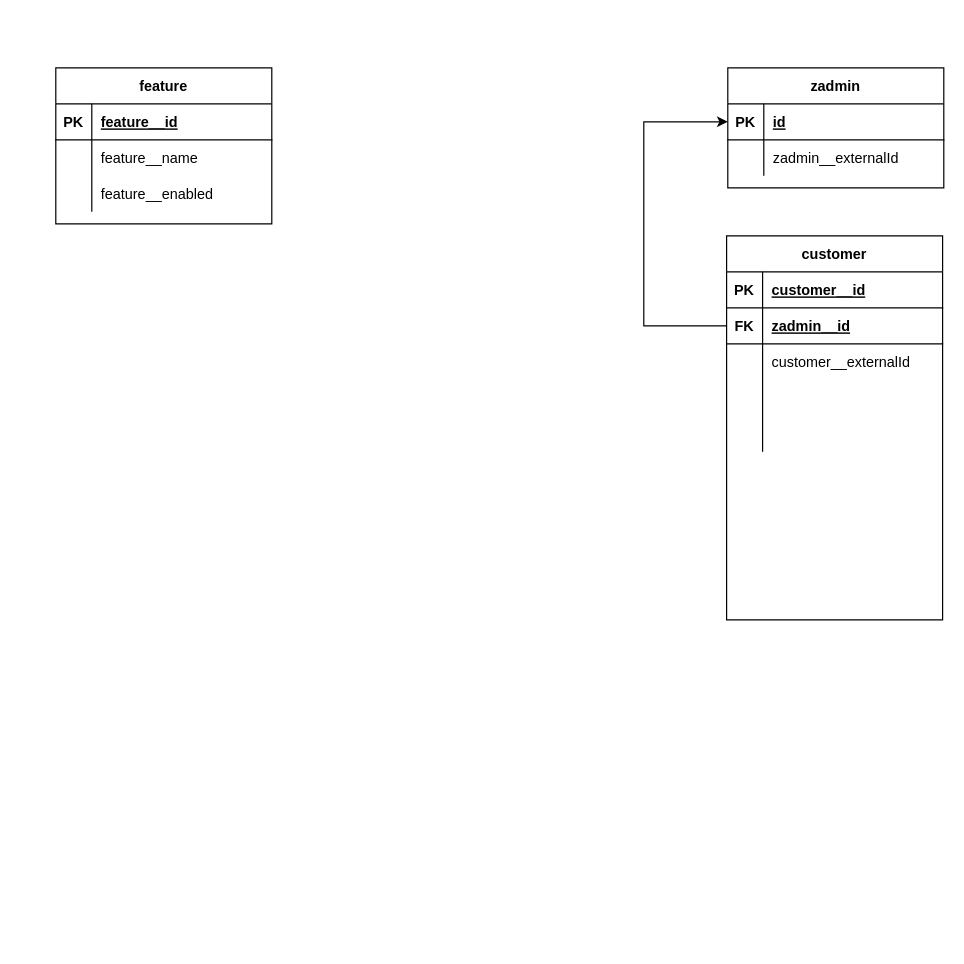
Earlier version of the draw.io diagram Untitled Diagram.drawio (razgon/carbon-identity). Source tidied: cells renumbered, new cells numbered last; positions are measured from the earlier drawing's top-left corner, leaving out a move shared by most shapes. Both pictures are drawn from the tidied source at 120%, with x=0, y=0 at pixel (55, 67).
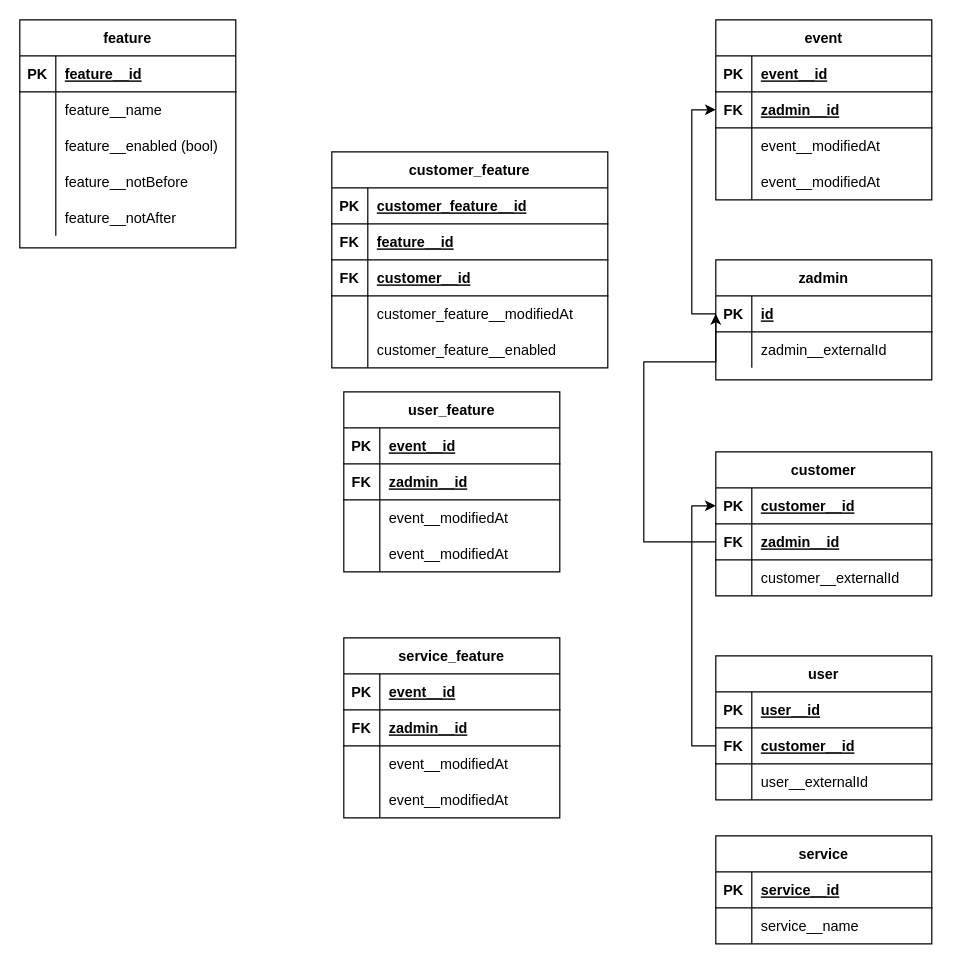
Above is the later version.

Unchanged cells that the change refers to:
```xml
<mxCell id="9" style="shape=partialRectangle;fillColor=none;top=0;left=0;bottom=0;right=0;" parent="2" vertex="1">
  <mxGeometry y="90" width="180" height="30" as="geometry" />
</mxCell>
<mxCell id="13" style="shape=partialRectangle;fillColor=none;top=0;left=0;bottom=1;right=0;points=[[0,0.5],[1,0.5]];portConstraint=eastwest;" parent="12" vertex="1">
  <mxGeometry y="30" width="180" height="30" as="geometry" />
</mxCell>
<mxCell id="20" style="shape=partialRectangle;fillColor=none;top=0;left=0;bottom=1;right=0;points=[[0,0.5],[1,0.5]];portConstraint=eastwest;" parent="19" vertex="1">
  <mxGeometry y="30" width="180" height="30" as="geometry" />
</mxCell>
<mxCell id="23" style="shape=partialRectangle;fillColor=none;top=0;left=0;bottom=1;right=0;points=[[0,0.5],[1,0.5]];portConstraint=eastwest;" parent="19" vertex="1">
  <mxGeometry y="60" width="180" height="30" as="geometry" />
</mxCell>
```

What changed in the source:
```diff
@@
     <mxCell id="2" value="feature" style="shape=table;startSize=30;childLayout=tableLayout;rowLines=0;fontStyle=1;align=center;" parent="1" vertex="1">
-      <mxGeometry width="180" height="130" as="geometry" />
+      <mxGeometry x="-30" y="-40" width="180" height="190" as="geometry" />
     </mxCell>
@@
-    <mxCell id="11" value="feature__enabled" style="shape=partialRectangle;fillColor=none;top=0;left=0;bottom=0;right=0;align=left;spacingLeft=6;overflow=hidden;" parent="9" vertex="1">
+    <mxCell id="11" value="feature__enabled (bool)" style="shape=partialRectangle;fillColor=none;top=0;left=0;bottom=0;right=0;align=left;spacingLeft=6;overflow=hidden;" parent="9" vertex="1">
       <mxGeometry x="30" width="150" height="30" as="geometry" />
     </mxCell>
+    <mxCell id="36" style="shape=partialRectangle;fillColor=none;top=0;left=0;bottom=0;right=0;" parent="2" vertex="1">
+      <mxGeometry y="120" width="180" height="30" as="geometry" />
+    </mxCell>
+    <mxCell id="37" style="shape=partialRectangle;fillColor=none;top=0;left=0;bottom=0;right=0;overflow=hidden;" parent="36" vertex="1">
+      <mxGeometry width="30" height="30" as="geometry" />
+    </mxCell>
+    <mxCell id="38" value="feature__notBefore" style="shape=partialRectangle;fillColor=none;top=0;left=0;bottom=0;right=0;align=left;spacingLeft=6;overflow=hidden;" parent="36" vertex="1">
+      <mxGeometry x="30" width="150" height="30" as="geometry" />
+    </mxCell>
+    <mxCell id="32" style="shape=partialRectangle;fillColor=none;top=0;left=0;bottom=0;right=0;" parent="2" vertex="1">
+      <mxGeometry y="150" width="180" height="30" as="geometry" />
+    </mxCell>
+    <mxCell id="39" style="shape=partialRectangle;fillColor=none;top=0;left=0;bottom=0;right=0;overflow=hidden;" parent="32" vertex="1">
+      <mxGeometry width="30" height="30" as="geometry" />
+    </mxCell>
+    <mxCell id="40" value="feature__notAfter" style="shape=partialRectangle;fillColor=none;top=0;left=0;bottom=0;right=0;align=left;spacingLeft=6;overflow=hidden;" parent="32" vertex="1">
+      <mxGeometry x="30" width="150" height="30" as="geometry" />
+    </mxCell>
     <mxCell id="12" value="zadmin" style="shape=table;startSize=30;childLayout=tableLayout;rowLines=0;fontStyle=1;align=center;" parent="1" vertex="1">
-      <mxGeometry x="560" width="180" height="100" as="geometry" />
+      <mxGeometry x="550" y="160" width="180" height="100" as="geometry" />
     </mxCell>
@@
     <mxCell id="19" value="customer" style="shape=table;startSize=30;childLayout=tableLayout;rowLines=0;fontStyle=1;align=center;" parent="1" vertex="1">
-      <mxGeometry x="559" y="140" width="180" height="320" as="geometry" />
+      <mxGeometry x="550" y="320" width="180" height="120" as="geometry" />
     </mxCell>
@@
-    <mxCell id="29" style="shape=partialRectangle;fillColor=none;top=0;left=0;bottom=0;right=0;" parent="19" vertex="1">
-      <mxGeometry y="120" width="180" height="30" as="geometry" />
-    </mxCell>
-    <mxCell id="30" style="shape=partialRectangle;fillColor=none;top=0;left=0;bottom=0;right=0;overflow=hidden;" parent="29" vertex="1">
-      <mxGeometry width="30" height="30" as="geometry" />
-    </mxCell>
-    <mxCell id="31" style="shape=partialRectangle;fillColor=none;top=0;left=0;bottom=0;right=0;align=left;spacingLeft=6;overflow=hidden;" parent="29" vertex="1">
-      <mxGeometry x="30" width="150" height="30" as="geometry" />
-    </mxCell>
-    <mxCell id="32" style="shape=partialRectangle;fillColor=none;top=0;left=0;bottom=0;right=0;" parent="19" vertex="1">
-      <mxGeometry y="150" width="180" height="30" as="geometry" />
-    </mxCell>
-    <mxCell id="33" style="shape=partialRectangle;fillColor=none;top=0;left=0;bottom=0;right=0;overflow=hidden;" parent="32" vertex="1">
-      <mxGeometry width="30" height="30" as="geometry" />
-    </mxCell>
-    <mxCell id="34" style="shape=partialRectangle;fillColor=none;top=0;left=0;bottom=0;right=0;align=left;spacingLeft=6;overflow=hidden;" parent="32" vertex="1">
-      <mxGeometry x="30" width="150" height="30" as="geometry" />
-    </mxCell>
-    <mxCell id="35" style="edgeStyle=orthogonalEdgeStyle;rounded=0;jettySize=auto;html=1;exitX=0;exitY=0.5;exitDx=0;exitDy=0;entryX=0;entryY=0.5;entryDx=0;entryDy=0;" parent="1" edge="1" source="23" target="13">
+    <mxCell id="35" style="edgeStyle=orthogonalEdgeStyle;rounded=0;jettySize=auto;html=1;entryX=0;entryY=0.5;entryDx=0;entryDy=0;" parent="1" edge="1" target="13">
       <mxGeometry relative="1" as="geometry">
+        <mxPoint x="550" y="395" as="sourcePoint" />
         <Array as="points">
-          <mxPoint x="490" y="215" />
-          <mxPoint x="490" y="45" />
+          <mxPoint x="490" y="395" />
+          <mxPoint x="490" y="245" />
+          <mxPoint x="550" y="245" />
         </Array>
       </mxGeometry>
     </mxCell>
+    <mxCell id="41" value="user" style="shape=table;startSize=30;childLayout=tableLayout;rowLines=0;fontStyle=1;align=center;" parent="1" vertex="1">
+      <mxGeometry x="550" y="490" width="180" height="120" as="geometry" />
+    </mxCell>
+    <mxCell id="42" style="shape=partialRectangle;fillColor=none;top=0;left=0;bottom=1;right=0;" parent="41" vertex="1">
+      <mxGeometry y="30" width="180" height="30" as="geometry" />
+    </mxCell>
+    <mxCell id="43" value="PK" style="shape=partialRectangle;fillColor=none;top=0;left=0;bottom=0;right=0;fontStyle=1;overflow=hidden;" parent="42" vertex="1">
+      <mxGeometry width="30" height="30" as="geometry" />
+    </mxCell>
+    <mxCell id="44" value="user__id" style="shape=partialRectangle;fillColor=none;top=0;left=0;bottom=0;right=0;align=left;spacingLeft=6;fontStyle=5;overflow=hidden;" parent="42" vertex="1">
+      <mxGeometry x="30" width="150" height="30" as="geometry" />
+    </mxCell>
+    <mxCell id="45" style="shape=partialRectangle;fillColor=none;top=0;left=0;bottom=1;right=0;points=[[0,0.5],[1,0.5]];portConstraint=eastwest;" parent="41" vertex="1">
+      <mxGeometry y="60" width="180" height="30" as="geometry" />
+    </mxCell>
+    <mxCell id="46" value="FK" style="shape=partialRectangle;fillColor=none;top=0;left=0;bottom=0;right=0;fontStyle=1;overflow=hidden;" parent="45" vertex="1">
+      <mxGeometry width="30" height="30" as="geometry" />
+    </mxCell>
+    <mxCell id="47" value="customer__id" style="shape=partialRectangle;fillColor=none;top=0;left=0;bottom=0;right=0;align=left;spacingLeft=6;fontStyle=5;overflow=hidden;" parent="45" vertex="1">
+      <mxGeometry x="30" width="150" height="30" as="geometry" />
+    </mxCell>
+    <mxCell id="48" style="shape=partialRectangle;fillColor=none;top=0;left=0;bottom=0;right=0;" parent="41" vertex="1">
+      <mxGeometry y="90" width="180" height="30" as="geometry" />
+    </mxCell>
+    <mxCell id="49" style="shape=partialRectangle;fillColor=none;top=0;left=0;bottom=0;right=0;overflow=hidden;" parent="48" vertex="1">
+      <mxGeometry width="30" height="30" as="geometry" />
+    </mxCell>
+    <mxCell id="50" value="user__externalId" style="shape=partialRectangle;fillColor=none;top=0;left=0;bottom=0;right=0;align=left;spacingLeft=6;overflow=hidden;" parent="48" vertex="1">
+      <mxGeometry x="30" width="150" height="30" as="geometry" />
+    </mxCell>
+    <mxCell id="51" style="edgeStyle=orthogonalEdgeStyle;rounded=0;jettySize=auto;html=1;exitX=0;exitY=0.5;exitDx=0;exitDy=0;entryX=0;entryY=0.5;entryDx=0;entryDy=0;" parent="1" edge="1" source="45" target="20">
+      <mxGeometry relative="1" as="geometry" />
+    </mxCell>
+    <mxCell id="52" value="event" style="shape=table;startSize=30;childLayout=tableLayout;rowLines=0;fontStyle=1;align=center;" parent="1" vertex="1">
+      <mxGeometry x="550" y="-40" width="180" height="150" as="geometry" />
+    </mxCell>
+    <mxCell id="53" style="shape=partialRectangle;fillColor=none;top=0;left=0;bottom=1;right=0;" parent="52" vertex="1">
+      <mxGeometry y="30" width="180" height="30" as="geometry" />
+    </mxCell>
+    <mxCell id="54" value="PK" style="shape=partialRectangle;fillColor=none;top=0;left=0;bottom=0;right=0;fontStyle=1;overflow=hidden;" parent="53" vertex="1">
+      <mxGeometry width="30" height="30" as="geometry" />
+    </mxCell>
+    <mxCell id="55" value="event__id" style="shape=partialRectangle;fillColor=none;top=0;left=0;bottom=0;right=0;align=left;spacingLeft=6;fontStyle=5;overflow=hidden;" parent="53" vertex="1">
+      <mxGeometry x="30" width="150" height="30" as="geometry" />
+    </mxCell>
+    <mxCell id="56" style="shape=partialRectangle;fillColor=none;top=0;left=0;bottom=1;right=0;points=[[0,0.5],[1,0.5]];portConstraint=eastwest;" parent="52" vertex="1">
+      <mxGeometry y="60" width="180" height="30" as="geometry" />
+    </mxCell>
+    <mxCell id="57" value="FK" style="shape=partialRectangle;fillColor=none;top=0;left=0;bottom=0;right=0;fontStyle=1;overflow=hidden;" parent="56" vertex="1">
+      <mxGeometry width="30" height="30" as="geometry" />
+    </mxCell>
+    <mxCell id="58" value="zadmin__id" style="shape=partialRectangle;fillColor=none;top=0;left=0;bottom=0;right=0;align=left;spacingLeft=6;fontStyle=5;overflow=hidden;" parent="56" vertex="1">
+      <mxGeometry x="30" width="150" height="30" as="geometry" />
+    </mxCell>
+    <mxCell id="59" style="shape=partialRectangle;fillColor=none;top=0;left=0;bottom=0;right=0;" parent="52" vertex="1">
+      <mxGeometry y="90" width="180" height="30" as="geometry" />
+    </mxCell>
+    <mxCell id="60" style="shape=partialRectangle;fillColor=none;top=0;left=0;bottom=0;right=0;overflow=hidden;" parent="59" vertex="1">
+      <mxGeometry width="30" height="30" as="geometry" />
+    </mxCell>
+    <mxCell id="61" value="event__modifiedAt" style="shape=partialRectangle;fillColor=none;top=0;left=0;bottom=0;right=0;align=left;spacingLeft=6;overflow=hidden;" parent="59" vertex="1">
+      <mxGeometry x="30" width="150" height="30" as="geometry" />
+    </mxCell>
+    <mxCell id="62" style="shape=partialRectangle;fillColor=none;top=0;left=0;bottom=0;right=0;" parent="52" vertex="1">
+      <mxGeometry y="120" width="180" height="30" as="geometry" />
+    </mxCell>
+    <mxCell id="63" style="shape=partialRectangle;fillColor=none;top=0;left=0;bottom=0;right=0;overflow=hidden;" parent="62" vertex="1">
+      <mxGeometry width="30" height="30" as="geometry" />
+    </mxCell>
+    <mxCell id="64" value="event__modifiedAt" style="shape=partialRectangle;fillColor=none;top=0;left=0;bottom=0;right=0;align=left;spacingLeft=6;overflow=hidden;" parent="62" vertex="1">
+      <mxGeometry x="30" width="150" height="30" as="geometry" />
+    </mxCell>
+    <mxCell id="65" style="edgeStyle=orthogonalEdgeStyle;rounded=0;jettySize=auto;html=1;exitX=0;exitY=0.5;exitDx=0;exitDy=0;entryX=0;entryY=0.5;entryDx=0;entryDy=0;" parent="1" edge="1" source="13" target="56">
+      <mxGeometry relative="1" as="geometry" />
+    </mxCell>
+    <mxCell id="66" value="service" style="shape=table;startSize=30;childLayout=tableLayout;rowLines=0;fontStyle=1;align=center;" parent="1" vertex="1">
+      <mxGeometry x="550" y="640" width="180" height="90" as="geometry" />
+    </mxCell>
+    <mxCell id="67" style="shape=partialRectangle;fillColor=none;top=0;left=0;bottom=1;right=0;" parent="66" vertex="1">
+      <mxGeometry y="30" width="180" height="30" as="geometry" />
+    </mxCell>
+    <mxCell id="68" value="PK" style="shape=partialRectangle;fillColor=none;top=0;left=0;bottom=0;right=0;fontStyle=1;overflow=hidden;" parent="67" vertex="1">
+      <mxGeometry width="30" height="30" as="geometry" />
+    </mxCell>
+    <mxCell id="69" value="service__id" style="shape=partialRectangle;fillColor=none;top=0;left=0;bottom=0;right=0;align=left;spacingLeft=6;fontStyle=5;overflow=hidden;" parent="67" vertex="1">
+      <mxGeometry x="30" width="150" height="30" as="geometry" />
+    </mxCell>
+    <mxCell id="70" style="shape=partialRectangle;fillColor=none;top=0;left=0;bottom=0;right=0;" parent="66" vertex="1">
+      <mxGeometry y="60" width="180" height="30" as="geometry" />
+    </mxCell>
+    <mxCell id="71" style="shape=partialRectangle;fillColor=none;top=0;left=0;bottom=0;right=0;overflow=hidden;" parent="70" vertex="1">
+      <mxGeometry width="30" height="30" as="geometry" />
+    </mxCell>
+    <mxCell id="72" value="service__name" style="shape=partialRectangle;fillColor=none;top=0;left=0;bottom=0;right=0;align=left;spacingLeft=6;overflow=hidden;" parent="70" vertex="1">
+      <mxGeometry x="30" width="150" height="30" as="geometry" />
+    </mxCell>
+    <mxCell id="73" value="customer_feature" style="shape=table;startSize=30;childLayout=tableLayout;rowLines=0;fontStyle=1;align=center;" parent="1" vertex="1">
+      <mxGeometry x="230" y="70" width="230" height="180" as="geometry" />
+    </mxCell>
+    <mxCell id="74" style="shape=partialRectangle;fillColor=none;top=0;left=0;bottom=1;right=0;" parent="73" vertex="1">
+      <mxGeometry y="30" width="230" height="30" as="geometry" />
+    </mxCell>
+    <mxCell id="75" value="PK" style="shape=partialRectangle;fillColor=none;top=0;left=0;bottom=0;right=0;fontStyle=1;overflow=hidden;" parent="74" vertex="1">
+      <mxGeometry width="30" height="30" as="geometry" />
+    </mxCell>
+    <mxCell id="76" value="customer_feature__id" style="shape=partialRectangle;fillColor=none;top=0;left=0;bottom=0;right=0;align=left;spacingLeft=6;fontStyle=5;overflow=hidden;" parent="74" vertex="1">
+      <mxGeometry x="30" width="200" height="30" as="geometry" />
+    </mxCell>
+    <mxCell id="77" style="shape=partialRectangle;fillColor=none;top=0;left=0;bottom=1;right=0;" parent="73" vertex="1">
+      <mxGeometry y="60" width="230" height="30" as="geometry" />
+    </mxCell>
+    <mxCell id="78" value="FK" style="shape=partialRectangle;fillColor=none;top=0;left=0;bottom=0;right=0;fontStyle=1;overflow=hidden;" parent="77" vertex="1">
+      <mxGeometry width="30" height="30" as="geometry" />
+    </mxCell>
+    <mxCell id="79" value="feature__id" style="shape=partialRectangle;fillColor=none;top=0;left=0;bottom=0;right=0;align=left;spacingLeft=6;fontStyle=5;overflow=hidden;" parent="77" vertex="1">
+      <mxGeometry x="30" width="200" height="30" as="geometry" />
+    </mxCell>
+    <mxCell id="80" style="shape=partialRectangle;fillColor=none;top=0;left=0;bottom=1;right=0;" parent="73" vertex="1">
+      <mxGeometry y="90" width="230" height="30" as="geometry" />
+    </mxCell>
+    <mxCell id="81" value="FK" style="shape=partialRectangle;fillColor=none;top=0;left=0;bottom=0;right=0;fontStyle=1;overflow=hidden;" parent="80" vertex="1">
+      <mxGeometry width="30" height="30" as="geometry" />
+    </mxCell>
+    <mxCell id="82" value="customer__id" style="shape=partialRectangle;fillColor=none;top=0;left=0;bottom=0;right=0;align=left;spacingLeft=6;fontStyle=5;overflow=hidden;" parent="80" vertex="1">
+      <mxGeometry x="30" width="200" height="30" as="geometry" />
+    </mxCell>
+    <mxCell id="83" style="shape=partialRectangle;fillColor=none;top=0;left=0;bottom=0;right=0;" parent="73" vertex="1">
+      <mxGeometry y="120" width="230" height="30" as="geometry" />
+    </mxCell>
+    <mxCell id="84" style="shape=partialRectangle;fillColor=none;top=0;left=0;bottom=0;right=0;overflow=hidden;" parent="83" vertex="1">
+      <mxGeometry width="30" height="30" as="geometry" />
+    </mxCell>
+    <mxCell id="85" value="customer_feature__modifiedAt" style="shape=partialRectangle;fillColor=none;top=0;left=0;bottom=0;right=0;align=left;spacingLeft=6;overflow=hidden;" parent="83" vertex="1">
+      <mxGeometry x="30" width="200" height="30" as="geometry" />
+    </mxCell>
+    <mxCell id="86" style="shape=partialRectangle;fillColor=none;top=0;left=0;bottom=0;right=0;" parent="73" vertex="1">
+      <mxGeometry y="150" width="230" height="30" as="geometry" />
+    </mxCell>
+    <mxCell id="87" style="shape=partialRectangle;fillColor=none;top=0;left=0;bottom=0;right=0;overflow=hidden;" parent="86" vertex="1">
+      <mxGeometry width="30" height="30" as="geometry" />
+    </mxCell>
+    <mxCell id="88" value="customer_feature__enabled" style="shape=partialRectangle;fillColor=none;top=0;left=0;bottom=0;right=0;align=left;spacingLeft=6;overflow=hidden;" parent="86" vertex="1">
+      <mxGeometry x="30" width="200" height="30" as="geometry" />
+    </mxCell>
+    <mxCell id="89" value="user_feature" style="shape=table;startSize=30;childLayout=tableLayout;rowLines=0;fontStyle=1;align=center;" parent="1" vertex="1">
+      <mxGeometry x="240" y="270" width="180" height="150" as="geometry" />
+    </mxCell>
+    <mxCell id="90" style="shape=partialRectangle;fillColor=none;top=0;left=0;bottom=1;right=0;" parent="89" vertex="1">
+      <mxGeometry y="30" width="180" height="30" as="geometry" />
+    </mxCell>
+    <mxCell id="91" value="PK" style="shape=partialRectangle;fillColor=none;top=0;left=0;bottom=0;right=0;fontStyle=1;overflow=hidden;" parent="90" vertex="1">
+      <mxGeometry width="30" height="30" as="geometry" />
+    </mxCell>
+    <mxCell id="92" value="event__id" style="shape=partialRectangle;fillColor=none;top=0;left=0;bottom=0;right=0;align=left;spacingLeft=6;fontStyle=5;overflow=hidden;" parent="90" vertex="1">
+      <mxGeometry x="30" width="150" height="30" as="geometry" />
+    </mxCell>
+    <mxCell id="93" style="shape=partialRectangle;fillColor=none;top=0;left=0;bottom=1;right=0;" parent="89" vertex="1">
+      <mxGeometry y="60" width="180" height="30" as="geometry" />
+    </mxCell>
+    <mxCell id="94" value="FK" style="shape=partialRectangle;fillColor=none;top=0;left=0;bottom=0;right=0;fontStyle=1;overflow=hidden;" parent="93" vertex="1">
+      <mxGeometry width="30" height="30" as="geometry" />
+    </mxCell>
+    <mxCell id="95" value="zadmin__id" style="shape=partialRectangle;fillColor=none;top=0;left=0;bottom=0;right=0;align=left;spacingLeft=6;fontStyle=5;overflow=hidden;" parent="93" vertex="1">
+      <mxGeometry x="30" width="150" height="30" as="geometry" />
+    </mxCell>
+    <mxCell id="96" style="shape=partialRectangle;fillColor=none;top=0;left=0;bottom=0;right=0;" parent="89" vertex="1">
+      <mxGeometry y="90" width="180" height="30" as="geometry" />
+    </mxCell>
+    <mxCell id="97" style="shape=partialRectangle;fillColor=none;top=0;left=0;bottom=0;right=0;overflow=hidden;" parent="96" vertex="1">
+      <mxGeometry width="30" height="30" as="geometry" />
+    </mxCell>
+    <mxCell id="98" value="event__modifiedAt" style="shape=partialRectangle;fillColor=none;top=0;left=0;bottom=0;right=0;align=left;spacingLeft=6;overflow=hidden;" parent="96" vertex="1">
+      <mxGeometry x="30" width="150" height="30" as="geometry" />
+    </mxCell>
+    <mxCell id="99" style="shape=partialRectangle;fillColor=none;top=0;left=0;bottom=0;right=0;" parent="89" vertex="1">
+      <mxGeometry y="120" width="180" height="30" as="geometry" />
+    </mxCell>
+    <mxCell id="100" style="shape=partialRectangle;fillColor=none;top=0;left=0;bottom=0;right=0;overflow=hidden;" parent="99" vertex="1">
+      <mxGeometry width="30" height="30" as="geometry" />
+    </mxCell>
+    <mxCell id="101" value="event__modifiedAt" style="shape=partialRectangle;fillColor=none;top=0;left=0;bottom=0;right=0;align=left;spacingLeft=6;overflow=hidden;" parent="99" vertex="1">
+      <mxGeometry x="30" width="150" height="30" as="geometry" />
+    </mxCell>
+    <mxCell id="102" value="service_feature" style="shape=table;startSize=30;childLayout=tableLayout;rowLines=0;fontStyle=1;align=center;" parent="1" vertex="1">
+      <mxGeometry x="240" y="475" width="180" height="150" as="geometry" />
+    </mxCell>
+    <mxCell id="103" style="shape=partialRectangle;fillColor=none;top=0;left=0;bottom=1;right=0;" parent="102" vertex="1">
+      <mxGeometry y="30" width="180" height="30" as="geometry" />
+    </mxCell>
+    <mxCell id="104" value="PK" style="shape=partialRectangle;fillColor=none;top=0;left=0;bottom=0;right=0;fontStyle=1;overflow=hidden;" parent="103" vertex="1">
+      <mxGeometry width="30" height="30" as="geometry" />
+    </mxCell>
+    <mxCell id="105" value="event__id" style="shape=partialRectangle;fillColor=none;top=0;left=0;bottom=0;right=0;align=left;spacingLeft=6;fontStyle=5;overflow=hidden;" parent="103" vertex="1">
+      <mxGeometry x="30" width="150" height="30" as="geometry" />
+    </mxCell>
+    <mxCell id="106" style="shape=partialRectangle;fillColor=none;top=0;left=0;bottom=1;right=0;" parent="102" vertex="1">
+      <mxGeometry y="60" width="180" height="30" as="geometry" />
+    </mxCell>
+    <mxCell id="107" value="FK" style="shape=partialRectangle;fillColor=none;top=0;left=0;bottom=0;right=0;fontStyle=1;overflow=hidden;" parent="106" vertex="1">
+      <mxGeometry width="30" height="30" as="geometry" />
+    </mxCell>
+    <mxCell id="108" value="zadmin__id" style="shape=partialRectangle;fillColor=none;top=0;left=0;bottom=0;right=0;align=left;spacingLeft=6;fontStyle=5;overflow=hidden;" parent="106" vertex="1">
+      <mxGeometry x="30" width="150" height="30" as="geometry" />
+    </mxCell>
+    <mxCell id="109" style="shape=partialRectangle;fillColor=none;top=0;left=0;bottom=0;right=0;" parent="102" vertex="1">
+      <mxGeometry y="90" width="180" height="30" as="geometry" />
+    </mxCell>
+    <mxCell id="110" style="shape=partialRectangle;fillColor=none;top=0;left=0;bottom=0;right=0;overflow=hidden;" parent="109" vertex="1">
+      <mxGeometry width="30" height="30" as="geometry" />
+    </mxCell>
+    <mxCell id="111" value="event__modifiedAt" style="shape=partialRectangle;fillColor=none;top=0;left=0;bottom=0;right=0;align=left;spacingLeft=6;overflow=hidden;" parent="109" vertex="1">
+      <mxGeometry x="30" width="150" height="30" as="geometry" />
+    </mxCell>
+    <mxCell id="112" style="shape=partialRectangle;fillColor=none;top=0;left=0;bottom=0;right=0;" parent="102" vertex="1">
+      <mxGeometry y="120" width="180" height="30" as="geometry" />
+    </mxCell>
+    <mxCell id="113" style="shape=partialRectangle;fillColor=none;top=0;left=0;bottom=0;right=0;overflow=hidden;" parent="112" vertex="1">
+      <mxGeometry width="30" height="30" as="geometry" />
+    </mxCell>
+    <mxCell id="114" value="event__modifiedAt" style="shape=partialRectangle;fillColor=none;top=0;left=0;bottom=0;right=0;align=left;spacingLeft=6;overflow=hidden;" parent="112" vertex="1">
+      <mxGeometry x="30" width="150" height="30" as="geometry" />
+    </mxCell>
```
